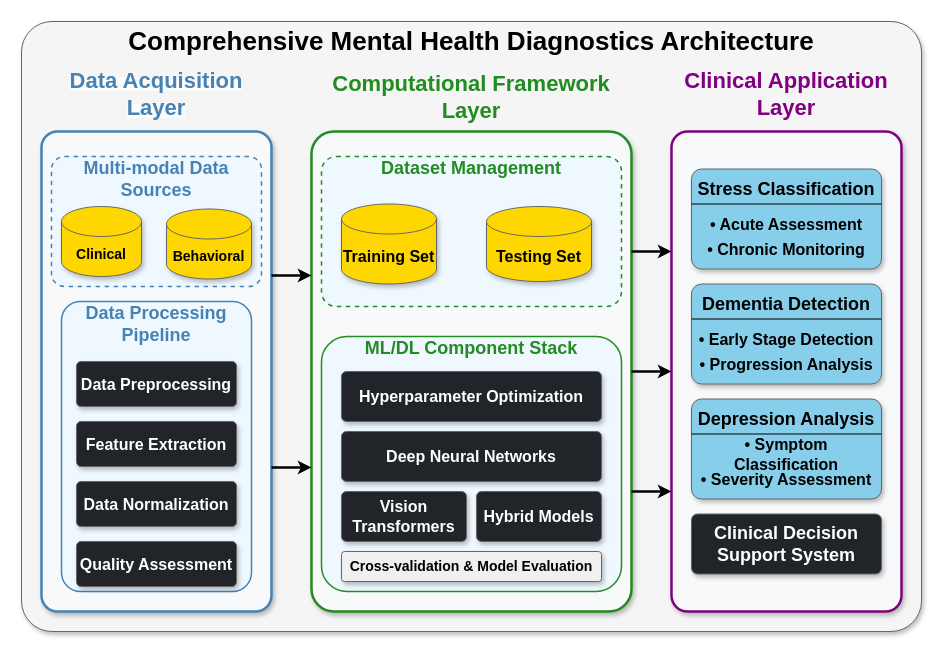
The draw.io diagram thesis_intro.drawio in vinayak-k24/DrawIO, before the edit. Source tidied: cells renumbered, new cells numbered last; positions are measured from the earlier drawing's top-left corner, leaving out a move shared by most shapes. Both pictures are drawn from the tidied source at 100%, with x=0, y=0 at pixel (21, 21).
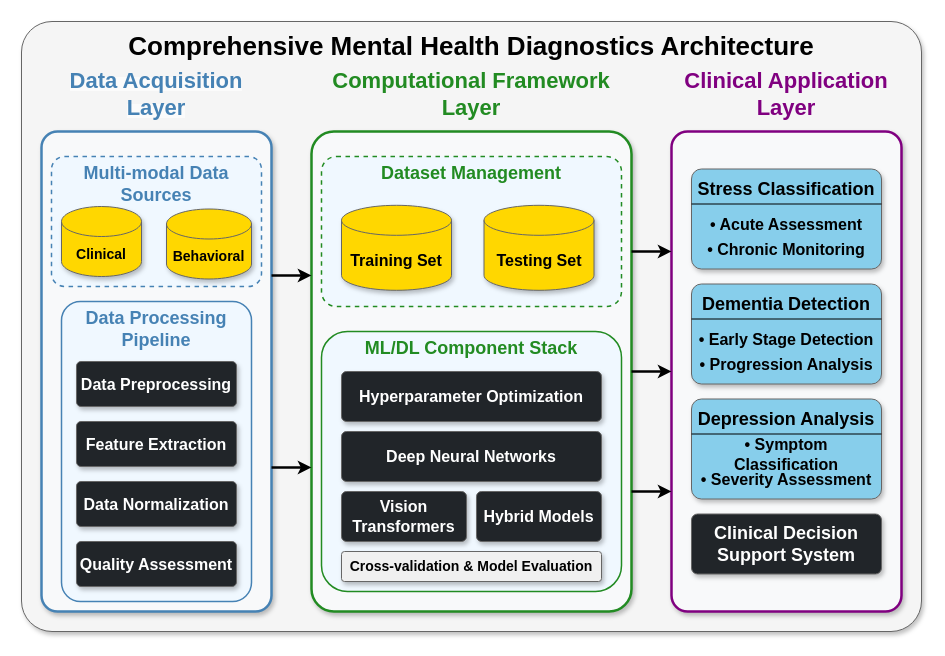
The same diagram, later.

Change to the diagram source:
```diff
@@
-    <mxCell id="2" value="&lt;span&gt;&lt;font style=&quot;font-size: 26px;&quot;&gt;Comprehensive Mental Health Diagnostics Architecture&lt;/font&gt;&lt;/span&gt;" style="rounded=1;whiteSpace=wrap;html=1;arcSize=5;fillColor=#f5f5f5;strokeColor=#666666;shadow=1;glass=0;labelPosition=center;verticalLabelPosition=middle;align=center;verticalAlign=top;spacing=15;spacingTop=-15;fontStyle=1;" parent="1" vertex="1">
+    <mxCell id="2" value="&lt;span&gt;&lt;font style=&quot;font-size: 26px;&quot;&gt;Comprehensive Mental Health Diagnostics Architecture&lt;/font&gt;&lt;/span&gt;" style="rounded=1;whiteSpace=wrap;html=1;arcSize=5;fillColor=#f5f5f5;strokeColor=#666666;shadow=1;glass=0;labelPosition=center;verticalLabelPosition=middle;align=center;verticalAlign=top;spacing=15;spacingTop=-10;fontStyle=1;" parent="1" vertex="1">
       <mxGeometry width="900" height="610" as="geometry" />
     </mxCell>
@@
-    <mxCell id="4" value="&lt;span&gt;&lt;font color=&quot;#4682B4&quot; style=&quot;font-size: 18px;&quot;&gt;Multi-modal Data Sources&lt;/font&gt;&lt;/span&gt;" style="rounded=1;whiteSpace=wrap;html=1;arcSize=10;fillColor=#F0F8FF;strokeColor=#4682B4;strokeWidth=1.5;dashed=1;labelPosition=center;verticalLabelPosition=middle;align=center;verticalAlign=top;spacingTop=-5;fontStyle=1;" parent="1" vertex="1">
+    <mxCell id="4" value="&lt;span&gt;&lt;font color=&quot;#4682B4&quot; style=&quot;font-size: 18px;&quot;&gt;Multi-modal Data Sources&lt;/font&gt;&lt;/span&gt;" style="rounded=1;whiteSpace=wrap;html=1;arcSize=10;fillColor=#F0F8FF;strokeColor=#4682B4;strokeWidth=1.5;dashed=1;labelPosition=center;verticalLabelPosition=middle;align=center;verticalAlign=top;spacingTop=0;fontStyle=1;" parent="1" vertex="1">
       <mxGeometry x="30" y="135" width="210" height="130" as="geometry" />
     </mxCell>
@@
-    <mxCell id="7" value="&lt;span&gt;&lt;font color=&quot;#4682B4&quot; style=&quot;font-size: 18px;&quot;&gt;Data Processing Pipeline&lt;/font&gt;&lt;/span&gt;" style="rounded=1;whiteSpace=wrap;html=1;arcSize=10;fillColor=#F0F8FF;strokeColor=#4682B4;strokeWidth=1.5;labelPosition=center;verticalLabelPosition=middle;align=center;verticalAlign=top;spacingTop=-5;fontStyle=1;" parent="1" vertex="1">
-      <mxGeometry x="40" y="280" width="190" height="290" as="geometry" />
+    <mxCell id="7" value="&lt;span&gt;&lt;font color=&quot;#4682B4&quot; style=&quot;font-size: 18px;&quot;&gt;Data Processing Pipeline&lt;/font&gt;&lt;/span&gt;" style="rounded=1;whiteSpace=wrap;html=1;arcSize=10;fillColor=#F0F8FF;strokeColor=#4682B4;strokeWidth=1.5;labelPosition=center;verticalLabelPosition=middle;align=center;verticalAlign=top;spacingTop=0;fontStyle=1;" parent="1" vertex="1">
+      <mxGeometry x="40" y="280" width="190" height="300" as="geometry" />
     </mxCell>
@@
-    <mxCell id="13" value="&lt;span&gt;&lt;font color=&quot;#228B22&quot; style=&quot;font-size: 18px;&quot;&gt;Dataset Management&lt;/font&gt;&lt;/span&gt;" style="rounded=1;whiteSpace=wrap;html=1;arcSize=10;fillColor=#F0F8FF;strokeColor=#228B22;strokeWidth=1.5;dashed=1;labelPosition=center;verticalLabelPosition=middle;align=center;verticalAlign=top;spacingTop=-5;fontStyle=1;" parent="1" vertex="1">
+    <mxCell id="13" value="&lt;span&gt;&lt;font color=&quot;#228B22&quot; style=&quot;font-size: 18px;&quot;&gt;Dataset Management&lt;/font&gt;&lt;/span&gt;" style="rounded=1;whiteSpace=wrap;html=1;arcSize=10;fillColor=#F0F8FF;strokeColor=#228B22;strokeWidth=1.5;dashed=1;labelPosition=center;verticalLabelPosition=middle;align=center;verticalAlign=top;spacingTop=0;fontStyle=1;" parent="1" vertex="1">
       <mxGeometry x="300" y="135" width="300" height="150" as="geometry" />
     </mxCell>
     <mxCell id="14" value="&lt;span&gt;&lt;font style=&quot;font-size: 16px;&quot;&gt;Training Set&lt;/font&gt;&lt;/span&gt;" style="shape=cylinder3;whiteSpace=wrap;html=1;boundedLbl=1;backgroundOutline=1;size=15;fillColor=#FFD700;strokeColor=#666666;shadow=1;fontStyle=1;" parent="1" vertex="1">
-      <mxGeometry x="320" y="182.5" width="95" height="80" as="geometry" />
+      <mxGeometry x="320" y="183.8" width="110" height="85" as="geometry" />
     </mxCell>
     <mxCell id="15" value="&lt;span&gt;&lt;font style=&quot;font-size: 16px;&quot;&gt;Testing Set&lt;/font&gt;&lt;/span&gt;" style="shape=cylinder3;whiteSpace=wrap;html=1;boundedLbl=1;backgroundOutline=1;size=15;fillColor=#FFD700;strokeColor=#666666;shadow=1;fontStyle=1;" parent="1" vertex="1">
-      <mxGeometry x="465" y="185" width="105" height="75" as="geometry" />
+      <mxGeometry x="462.5" y="183.8" width="110" height="85" as="geometry" />
     </mxCell>
-    <mxCell id="16" value="&lt;span&gt;&lt;font color=&quot;#228B22&quot; style=&quot;font-size: 18px;&quot;&gt;ML/DL Component Stack&lt;/font&gt;&lt;/span&gt;" style="rounded=1;whiteSpace=wrap;html=1;arcSize=10;fillColor=#F0F8FF;strokeColor=#228B22;strokeWidth=1.5;labelPosition=center;verticalLabelPosition=middle;align=center;verticalAlign=top;spacingTop=-5;fontStyle=1;" parent="1" vertex="1">
-      <mxGeometry x="300" y="315" width="300" height="255" as="geometry" />
+    <mxCell id="16" value="&lt;span&gt;&lt;font color=&quot;#228B22&quot; style=&quot;font-size: 18px;&quot;&gt;ML/DL Component Stack&lt;/font&gt;&lt;/span&gt;" style="rounded=1;whiteSpace=wrap;html=1;arcSize=10;fillColor=#F0F8FF;strokeColor=#228B22;strokeWidth=1.5;labelPosition=center;verticalLabelPosition=middle;align=center;verticalAlign=top;spacingTop=0;fontStyle=1;" parent="1" vertex="1">
+      <mxGeometry x="300" y="310" width="300" height="260" as="geometry" />
     </mxCell>
@@
     <mxCell id="45" value="&lt;span&gt;&lt;font style=&quot;font-size: 22px; color: light-dark(rgb(34, 139, 34), rgb(79, 169, 79));&quot;&gt;Computational Framework Layer&lt;/font&gt;&lt;/span&gt;" style="text;html=1;align=center;verticalAlign=middle;whiteSpace=wrap;rounded=0;fontStyle=1;" parent="1" vertex="1">
-      <mxGeometry x="290" y="46" width="320" height="60" as="geometry" />
+      <mxGeometry x="290" y="42.5" width="320" height="60" as="geometry" />
     </mxCell>
```
